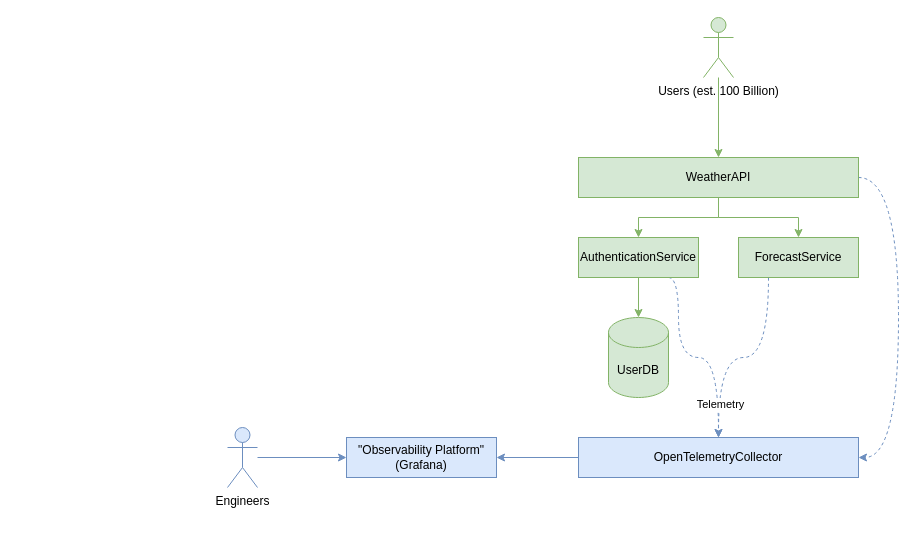
Before: Architecture.drawio in BlakeWills/OpenTelemetry-Demo, a draw.io diagram. Source tidied: cells renumbered, new cells numbered last; positions are measured from the earlier drawing's top-left corner, leaving out a move shared by most shapes. Both pictures are drawn from the tidied source at 100%, with x=0, y=0 at pixel (227, 17).
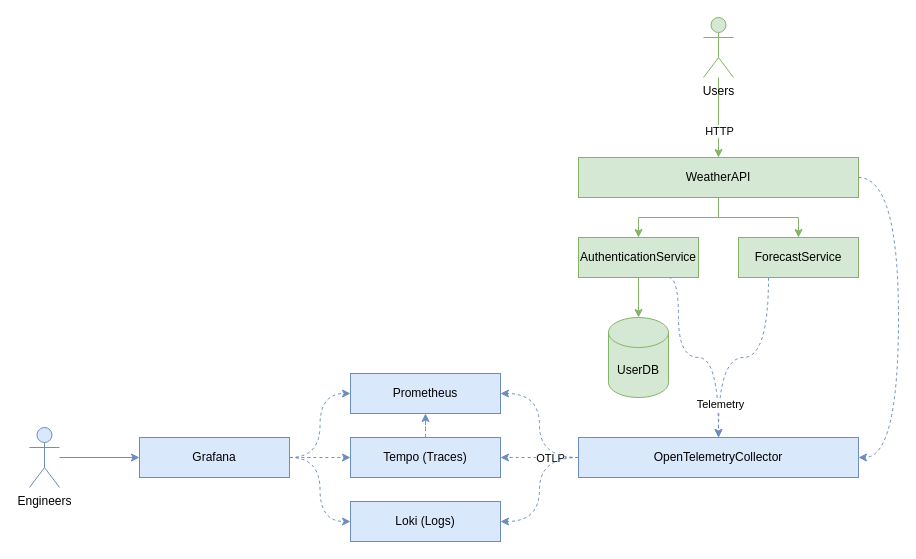
Above is the later version.

The change refers to these unchanged cells:
```xml
<mxCell id="13" style="edgeStyle=orthogonalEdgeStyle;rounded=0;jettySize=auto;html=1;fillColor=#d5e8d4;strokeColor=#82b366;" parent="1" edge="1" source="14" target="6">
  <mxGeometry relative="1" as="geometry" />
</mxCell>
<mxCell id="16" value="OpenTelemetryCollector" style="rounded=0;whiteSpace=wrap;html=1;fillColor=#dae8fc;strokeColor=#6c8ebf;" parent="1" vertex="1">
  <mxGeometry x="351" y="420" width="280" height="40" as="geometry" />
</mxCell>
```

What changed in the source:
```diff
@@
+    <mxCell id="20" value="HTTP" style="edgeLabel;html=1;align=center;verticalAlign=middle;" parent="13" vertex="1">
+      <mxGeometry x="0.33" relative="1" as="geometry" />
+    </mxCell>
-    <mxCell id="14" value="Users (est. 100 Billion)" style="shape=umlActor;verticalLabelPosition=bottom;verticalAlign=top;html=1;outlineConnect=0;fillColor=#d5e8d4;strokeColor=#82b366;" parent="1" vertex="1">
+    <mxCell id="14" value="Users" style="shape=umlActor;verticalLabelPosition=bottom;verticalAlign=top;html=1;outlineConnect=0;fillColor=#d5e8d4;strokeColor=#82b366;" parent="1" vertex="1">
       <mxGeometry x="476" width="30" height="60" as="geometry" />
     </mxCell>
-    <mxCell id="15" style="edgeStyle=orthogonalEdgeStyle;rounded=0;jettySize=auto;html=1;fillColor=#dae8fc;strokeColor=#6c8ebf;" parent="1" edge="1" source="16" target="17">
+    <mxCell id="15" style="edgeStyle=orthogonalEdgeStyle;rounded=0;jettySize=auto;html=1;fillColor=#dae8fc;strokeColor=#6c8ebf;entryX=1;entryY=0.5;entryDx=0;entryDy=0;curved=1;dashed=1;" parent="1" edge="1" source="16" target="27">
       <mxGeometry relative="1" as="geometry" />
     </mxCell>
+    <mxCell id="21" value="OTLP" style="edgeLabel;html=1;align=center;verticalAlign=middle;" parent="15" vertex="1">
+      <mxGeometry x="-0.26" relative="1" as="geometry" />
+    </mxCell>
+    <mxCell id="22" style="edgeStyle=orthogonalEdgeStyle;rounded=0;jettySize=auto;html=1;entryX=1;entryY=0.5;entryDx=0;entryDy=0;fillColor=#dae8fc;strokeColor=#6c8ebf;curved=1;dashed=1;" parent="1" edge="1" source="16" target="25">
+      <mxGeometry relative="1" as="geometry" />
+    </mxCell>
+    <mxCell id="23" style="edgeStyle=orthogonalEdgeStyle;rounded=0;jettySize=auto;html=1;entryX=1;entryY=0.5;entryDx=0;entryDy=0;fillColor=#dae8fc;strokeColor=#6c8ebf;curved=1;dashed=1;" parent="1" edge="1" source="16" target="28">
+      <mxGeometry relative="1" as="geometry" />
+    </mxCell>
@@
-    <mxCell id="17" value="&quot;Observability Platform&quot;&lt;br&gt;(Grafana)" style="rounded=0;whiteSpace=wrap;html=1;fillColor=#dae8fc;strokeColor=#6c8ebf;" parent="1" vertex="1">
-      <mxGeometry x="119" y="420" width="150" height="40" as="geometry" />
-    </mxCell>
-    <mxCell id="18" style="edgeStyle=orthogonalEdgeStyle;rounded=0;jettySize=auto;html=1;fillColor=#dae8fc;strokeColor=#6c8ebf;" parent="1" edge="1" source="19" target="17">
-      <mxGeometry relative="1" as="geometry" />
-    </mxCell>
+    <mxCell id="24" style="edgeStyle=orthogonalEdgeStyle;rounded=0;jettySize=auto;html=1;fillColor=#dae8fc;strokeColor=#6c8ebf;" parent="1" edge="1" source="19" target="32">
+      <mxGeometry relative="1" as="geometry" />
+    </mxCell>
     <mxCell id="19" value="Engineers" style="shape=umlActor;verticalLabelPosition=bottom;verticalAlign=top;html=1;outlineConnect=0;fillColor=#dae8fc;strokeColor=#6c8ebf;" parent="1" vertex="1">
-      <mxGeometry y="410" width="30" height="60" as="geometry" />
+      <mxGeometry x="-198" y="410" width="30" height="60" as="geometry" />
     </mxCell>
+    <mxCell id="25" value="Prometheus" style="rounded=0;whiteSpace=wrap;html=1;fillColor=#dae8fc;strokeColor=#6c8ebf;" parent="1" vertex="1">
+      <mxGeometry x="123" y="356" width="150" height="40" as="geometry" />
+    </mxCell>
+    <mxCell id="26" style="edgeStyle=orthogonalEdgeStyle;rounded=0;jettySize=auto;html=1;fillColor=#dae8fc;strokeColor=#6c8ebf;curved=1;dashed=1;" parent="1" edge="1" source="27" target="25">
+      <mxGeometry relative="1" as="geometry" />
+    </mxCell>
+    <mxCell id="27" value="Tempo (Traces)" style="rounded=0;whiteSpace=wrap;html=1;fillColor=#dae8fc;strokeColor=#6c8ebf;" parent="1" vertex="1">
+      <mxGeometry x="123" y="420" width="150" height="40" as="geometry" />
+    </mxCell>
+    <mxCell id="28" value="Loki (Logs)" style="rounded=0;whiteSpace=wrap;html=1;fillColor=#dae8fc;strokeColor=#6c8ebf;" parent="1" vertex="1">
+      <mxGeometry x="123" y="484" width="150" height="40" as="geometry" />
+    </mxCell>
+    <mxCell id="29" style="edgeStyle=orthogonalEdgeStyle;rounded=0;jettySize=auto;html=1;fillColor=#dae8fc;strokeColor=#6c8ebf;curved=1;dashed=1;" parent="1" edge="1" source="32" target="27">
+      <mxGeometry relative="1" as="geometry" />
+    </mxCell>
+    <mxCell id="30" style="edgeStyle=orthogonalEdgeStyle;rounded=0;jettySize=auto;html=1;entryX=0;entryY=0.5;entryDx=0;entryDy=0;fillColor=#dae8fc;strokeColor=#6c8ebf;curved=1;dashed=1;" parent="1" edge="1" source="32" target="25">
+      <mxGeometry relative="1" as="geometry" />
+    </mxCell>
+    <mxCell id="31" style="edgeStyle=orthogonalEdgeStyle;rounded=0;jettySize=auto;html=1;entryX=0;entryY=0.5;entryDx=0;entryDy=0;fillColor=#dae8fc;strokeColor=#6c8ebf;curved=1;dashed=1;" parent="1" edge="1" source="32" target="28">
+      <mxGeometry relative="1" as="geometry" />
+    </mxCell>
+    <mxCell id="32" value="Grafana" style="rounded=0;whiteSpace=wrap;html=1;fillColor=#dae8fc;strokeColor=#6c8ebf;" parent="1" vertex="1">
+      <mxGeometry x="-88" y="420" width="150" height="40" as="geometry" />
+    </mxCell>
```
